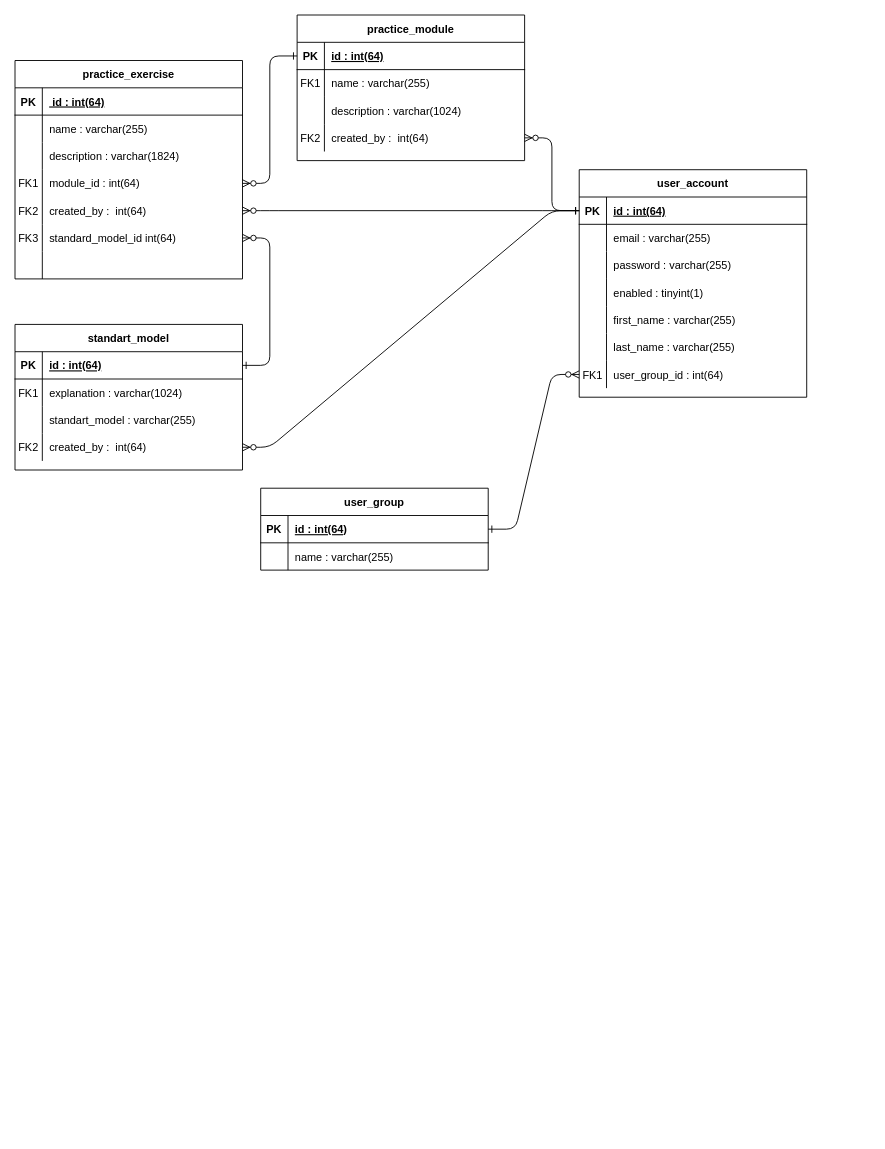
Above: appz.drawio in SashaKostynian/Diagrams (draw.io), before the change. Source tidied: cells renumbered, new cells numbered last; positions are measured from the earlier drawing's top-left corner, leaving out a move shared by most shapes. Both pictures are drawn from the tidied source at 91%, with x=0, y=0 at pixel (15, 15).
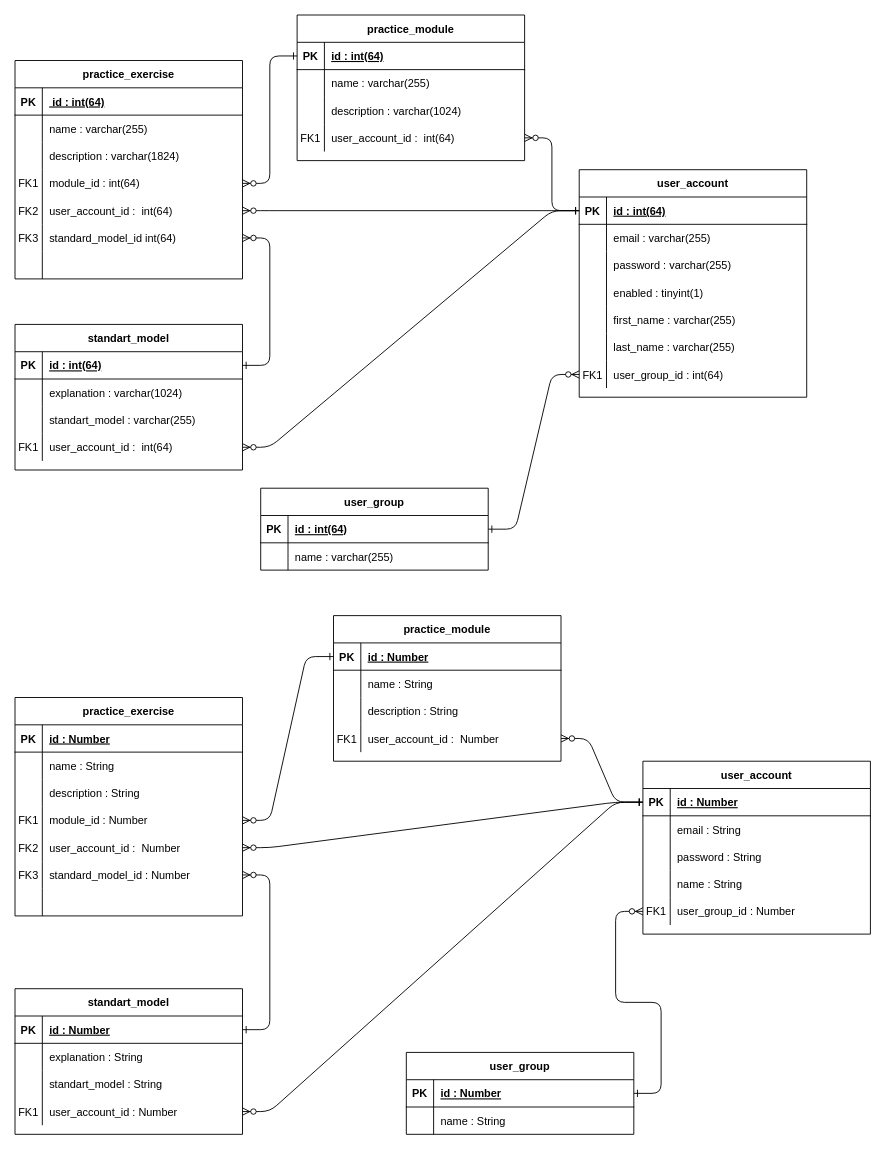
After the change.

Unchanged cells that the change refers to:
```xml
<mxCell id="7" style="shape=partialRectangle;fillColor=none;top=0;left=0;right=0;bottom=0;" parent="3" vertex="1">
  <mxGeometry y="60" width="250" height="30" as="geometry" />
</mxCell>
<mxCell id="13" style="shape=partialRectangle;fillColor=none;points=[[0,0.5],[1,0.5]];portConstraint=eastwest;top=0;left=0;right=0;bottom=0;" parent="3" vertex="1">
  <mxGeometry y="120" width="250" height="30" as="geometry" />
</mxCell>
<mxCell id="20" style="shape=partialRectangle;fillColor=none;top=0;left=0;right=0;bottom=0;" parent="16" vertex="1">
  <mxGeometry y="60" width="250" height="30" as="geometry" />
</mxCell>
<mxCell id="26" style="shape=partialRectangle;fillColor=none;points=[[0,0.5],[1,0.5]];portConstraint=eastwest;top=0;left=0;right=0;bottom=0;" parent="16" vertex="1">
  <mxGeometry y="120" width="250" height="30" as="geometry" />
</mxCell>
<mxCell id="42" style="shape=partialRectangle;fillColor=none;points=[[0,0.5],[1,0.5]];portConstraint=eastwest;top=0;left=0;right=0;bottom=0;" parent="29" vertex="1">
  <mxGeometry y="150" width="250" height="30" as="geometry" />
</mxCell>
```

What changed in the source:
```diff
@@
-    <mxCell id="8" value="FK1" style="shape=partialRectangle;overflow=hidden;fillColor=none;top=0;left=0;bottom=0;right=0;" parent="7" vertex="1">
+    <mxCell id="8" style="shape=partialRectangle;overflow=hidden;fillColor=none;top=0;left=0;bottom=0;right=0;" parent="7" vertex="1">
       <mxGeometry width="30" height="30" as="geometry" />
     </mxCell>
@@
-    <mxCell id="14" value="FK2" style="shape=partialRectangle;overflow=hidden;fillColor=none;top=0;left=0;bottom=0;right=0;" parent="13" vertex="1">
+    <mxCell id="14" value="FK1" style="shape=partialRectangle;overflow=hidden;fillColor=none;top=0;left=0;bottom=0;right=0;" parent="13" vertex="1">
       <mxGeometry width="30" height="30" as="geometry" />
     </mxCell>
-    <mxCell id="15" value="created_by :  int(64)" style="shape=partialRectangle;overflow=hidden;fillColor=none;top=0;left=0;bottom=0;right=0;align=left;spacingLeft=6;" parent="13" vertex="1">
+    <mxCell id="15" value="user_account_id :  int(64)" style="shape=partialRectangle;overflow=hidden;fillColor=none;top=0;left=0;bottom=0;right=0;align=left;spacingLeft=6;" parent="13" vertex="1">
       <mxGeometry x="30" width="220" height="30" as="geometry" />
     </mxCell>
@@
-    <mxCell id="21" value="FK1" style="shape=partialRectangle;overflow=hidden;fillColor=none;top=0;left=0;bottom=0;right=0;" parent="20" vertex="1">
+    <mxCell id="21" style="shape=partialRectangle;overflow=hidden;fillColor=none;top=0;left=0;bottom=0;right=0;" parent="20" vertex="1">
       <mxGeometry width="30" height="30" as="geometry" />
     </mxCell>
@@
-    <mxCell id="27" value="FK2" style="shape=partialRectangle;overflow=hidden;fillColor=none;top=0;left=0;bottom=0;right=0;" parent="26" vertex="1">
+    <mxCell id="27" value="FK1" style="shape=partialRectangle;overflow=hidden;fillColor=none;top=0;left=0;bottom=0;right=0;" parent="26" vertex="1">
       <mxGeometry width="30" height="30" as="geometry" />
     </mxCell>
-    <mxCell id="28" value="created_by :  int(64)" style="shape=partialRectangle;overflow=hidden;fillColor=none;top=0;left=0;bottom=0;right=0;align=left;spacingLeft=6;" parent="26" vertex="1">
+    <mxCell id="28" value="user_account_id :  int(64)" style="shape=partialRectangle;overflow=hidden;fillColor=none;top=0;left=0;bottom=0;right=0;align=left;spacingLeft=6;" parent="26" vertex="1">
       <mxGeometry x="30" width="220" height="30" as="geometry" />
     </mxCell>
@@
-    <mxCell id="44" value="created_by :  int(64)" style="shape=partialRectangle;overflow=hidden;fillColor=none;top=0;left=0;bottom=0;right=0;align=left;spacingLeft=6;" parent="42" vertex="1">
+    <mxCell id="44" value="user_account_id :  int(64)" style="shape=partialRectangle;overflow=hidden;fillColor=none;top=0;left=0;bottom=0;right=0;align=left;spacingLeft=6;" parent="42" vertex="1">
       <mxGeometry x="30" width="220" height="30" as="geometry" />
     </mxCell>
@@
+    <mxCell id="85" value="user_group" style="shape=table;startSize=30;childLayout=tableLayout;rowLines=0;fontStyle=1;align=center;" parent="1" vertex="1">
+      <mxGeometry x="430" y="1140" width="250" height="90" as="geometry" />
+    </mxCell>
+    <mxCell id="86" style="shape=partialRectangle;fillColor=none;points=[[0,0.5],[1,0.5]];portConstraint=eastwest;top=0;left=0;right=0;bottom=1;" parent="85" vertex="1">
+      <mxGeometry y="30" width="250" height="30" as="geometry" />
+    </mxCell>
+    <mxCell id="87" value="PK" style="shape=partialRectangle;overflow=hidden;fillColor=none;top=0;left=0;bottom=0;right=0;fontStyle=1;" parent="86" vertex="1">
+      <mxGeometry width="30" height="30" as="geometry" />
+    </mxCell>
+    <mxCell id="88" value="id : Number" style="shape=partialRectangle;overflow=hidden;fillColor=none;top=0;left=0;bottom=0;right=0;align=left;spacingLeft=6;fontStyle=5;" parent="86" vertex="1">
+      <mxGeometry x="30" width="220" height="30" as="geometry" />
+    </mxCell>
+    <mxCell id="89" style="shape=partialRectangle;fillColor=none;top=0;left=0;right=0;bottom=0;" parent="85" vertex="1">
+      <mxGeometry y="60" width="250" height="30" as="geometry" />
+    </mxCell>
+    <mxCell id="90" style="shape=partialRectangle;overflow=hidden;fillColor=none;top=0;left=0;bottom=0;right=0;" parent="89" vertex="1">
+      <mxGeometry width="30" height="30" as="geometry" />
+    </mxCell>
+    <mxCell id="91" value="name : String" style="shape=partialRectangle;overflow=hidden;fillColor=none;top=0;left=0;bottom=0;right=0;align=left;spacingLeft=6;" parent="89" vertex="1">
+      <mxGeometry x="30" width="220" height="30" as="geometry" />
+    </mxCell>
+    <mxCell id="92" value="standart_model" style="shape=table;startSize=30;childLayout=tableLayout;rowLines=0;fontStyle=1;align=center;" parent="1" vertex="1">
+      <mxGeometry y="1070" width="250" height="160" as="geometry" />
+    </mxCell>
+    <mxCell id="93" style="shape=partialRectangle;fillColor=none;points=[[0,0.5],[1,0.5]];portConstraint=eastwest;top=0;left=0;right=0;bottom=1;" parent="92" vertex="1">
+      <mxGeometry y="30" width="250" height="30" as="geometry" />
+    </mxCell>
+    <mxCell id="94" value="PK" style="shape=partialRectangle;overflow=hidden;fillColor=none;top=0;left=0;bottom=0;right=0;fontStyle=1;" parent="93" vertex="1">
+      <mxGeometry width="30" height="30" as="geometry" />
+    </mxCell>
+    <mxCell id="95" value="id : Number" style="shape=partialRectangle;overflow=hidden;fillColor=none;top=0;left=0;bottom=0;right=0;align=left;spacingLeft=6;fontStyle=5;" parent="93" vertex="1">
+      <mxGeometry x="30" width="220" height="30" as="geometry" />
+    </mxCell>
+    <mxCell id="96" style="shape=partialRectangle;fillColor=none;top=0;left=0;right=0;bottom=0;" parent="92" vertex="1">
+      <mxGeometry y="60" width="250" height="30" as="geometry" />
+    </mxCell>
+    <mxCell id="97" style="shape=partialRectangle;overflow=hidden;fillColor=none;top=0;left=0;bottom=0;right=0;" parent="96" vertex="1">
+      <mxGeometry width="30" height="30" as="geometry" />
+    </mxCell>
+    <mxCell id="98" value="explanation : String" style="shape=partialRectangle;overflow=hidden;fillColor=none;top=0;left=0;bottom=0;right=0;align=left;spacingLeft=6;" parent="96" vertex="1">
+      <mxGeometry x="30" width="220" height="30" as="geometry" />
+    </mxCell>
+    <mxCell id="99" style="shape=partialRectangle;fillColor=none;top=0;left=0;right=0;bottom=0;" parent="92" vertex="1">
+      <mxGeometry y="90" width="250" height="30" as="geometry" />
+    </mxCell>
+    <mxCell id="100" style="shape=partialRectangle;overflow=hidden;fillColor=none;top=0;left=0;bottom=0;right=0;" parent="99" vertex="1">
+      <mxGeometry width="30" height="30" as="geometry" />
+    </mxCell>
+    <mxCell id="101" value="standart_model : String" style="shape=partialRectangle;overflow=hidden;fillColor=none;top=0;left=0;bottom=0;right=0;align=left;spacingLeft=6;" parent="99" vertex="1">
+      <mxGeometry x="30" width="220" height="30" as="geometry" />
+    </mxCell>
+    <mxCell id="102" style="shape=partialRectangle;fillColor=none;points=[[0,0.5],[1,0.5]];portConstraint=eastwest;top=0;left=0;right=0;bottom=0;" parent="92" vertex="1">
+      <mxGeometry y="120" width="250" height="30" as="geometry" />
+    </mxCell>
+    <mxCell id="103" value="FK1" style="shape=partialRectangle;overflow=hidden;fillColor=none;top=0;left=0;bottom=0;right=0;" parent="102" vertex="1">
+      <mxGeometry width="30" height="30" as="geometry" />
+    </mxCell>
+    <mxCell id="104" value="user_account_id : Number" style="shape=partialRectangle;overflow=hidden;fillColor=none;top=0;left=0;bottom=0;right=0;align=left;spacingLeft=6;" parent="102" vertex="1">
+      <mxGeometry x="30" width="220" height="30" as="geometry" />
+    </mxCell>
+    <mxCell id="105" value="practice_exercise" style="shape=table;startSize=30;childLayout=tableLayout;rowLines=0;fontStyle=1;align=center;" parent="1" vertex="1">
+      <mxGeometry y="750" width="250" height="240" as="geometry" />
+    </mxCell>
+    <mxCell id="106" style="shape=partialRectangle;fillColor=none;top=0;left=0;right=0;bottom=1;" parent="105" vertex="1">
+      <mxGeometry y="30" width="250" height="30" as="geometry" />
+    </mxCell>
+    <mxCell id="107" value="PK" style="shape=partialRectangle;overflow=hidden;fillColor=none;top=0;left=0;bottom=0;right=0;fontStyle=1;" parent="106" vertex="1">
+      <mxGeometry width="30" height="30" as="geometry" />
+    </mxCell>
+    <mxCell id="108" value="id : Number" style="shape=partialRectangle;overflow=hidden;fillColor=none;top=0;left=0;bottom=0;right=0;align=left;spacingLeft=6;fontStyle=5;" parent="106" vertex="1">
+      <mxGeometry x="30" width="220" height="30" as="geometry" />
+    </mxCell>
+    <mxCell id="109" style="shape=partialRectangle;fillColor=none;top=0;left=0;right=0;bottom=0;" parent="105" vertex="1">
+      <mxGeometry y="60" width="250" height="30" as="geometry" />
+    </mxCell>
+    <mxCell id="110" style="shape=partialRectangle;overflow=hidden;fillColor=none;top=0;left=0;bottom=0;right=0;" parent="109" vertex="1">
+      <mxGeometry width="30" height="30" as="geometry" />
+    </mxCell>
+    <mxCell id="111" value="name : String" style="shape=partialRectangle;overflow=hidden;fillColor=none;top=0;left=0;bottom=0;right=0;align=left;spacingLeft=6;" parent="109" vertex="1">
+      <mxGeometry x="30" width="220" height="30" as="geometry" />
+    </mxCell>
+    <mxCell id="112" style="shape=partialRectangle;fillColor=none;top=0;left=0;right=0;bottom=0;" parent="105" vertex="1">
+      <mxGeometry y="90" width="250" height="30" as="geometry" />
+    </mxCell>
+    <mxCell id="113" style="shape=partialRectangle;overflow=hidden;fillColor=none;top=0;left=0;bottom=0;right=0;" parent="112" vertex="1">
+      <mxGeometry width="30" height="30" as="geometry" />
+    </mxCell>
+    <mxCell id="114" value="description : String" style="shape=partialRectangle;overflow=hidden;fillColor=none;top=0;left=0;bottom=0;right=0;align=left;spacingLeft=6;" parent="112" vertex="1">
+      <mxGeometry x="30" width="220" height="30" as="geometry" />
+    </mxCell>
+    <mxCell id="115" style="shape=partialRectangle;fillColor=none;points=[[0,0.5],[1,0.5]];portConstraint=eastwest;top=0;left=0;right=0;bottom=0;" parent="105" vertex="1">
+      <mxGeometry y="120" width="250" height="30" as="geometry" />
+    </mxCell>
+    <mxCell id="116" value="FK1" style="shape=partialRectangle;overflow=hidden;fillColor=none;top=0;left=0;bottom=0;right=0;" parent="115" vertex="1">
+      <mxGeometry width="30" height="30" as="geometry" />
+    </mxCell>
+    <mxCell id="117" value="module_id : Number" style="shape=partialRectangle;overflow=hidden;fillColor=none;top=0;left=0;bottom=0;right=0;align=left;spacingLeft=6;" parent="115" vertex="1">
+      <mxGeometry x="30" width="220" height="30" as="geometry" />
+    </mxCell>
+    <mxCell id="118" style="shape=partialRectangle;fillColor=none;points=[[0,0.5],[1,0.5]];portConstraint=eastwest;top=0;left=0;right=0;bottom=0;" parent="105" vertex="1">
+      <mxGeometry y="150" width="250" height="30" as="geometry" />
+    </mxCell>
+    <mxCell id="119" value="FK2" style="shape=partialRectangle;overflow=hidden;fillColor=none;top=0;left=0;bottom=0;right=0;" parent="118" vertex="1">
+      <mxGeometry width="30" height="30" as="geometry" />
+    </mxCell>
+    <mxCell id="120" value="user_account_id :  Number" style="shape=partialRectangle;overflow=hidden;fillColor=none;top=0;left=0;bottom=0;right=0;align=left;spacingLeft=6;" parent="118" vertex="1">
+      <mxGeometry x="30" width="220" height="30" as="geometry" />
+    </mxCell>
+    <mxCell id="121" style="shape=partialRectangle;fillColor=none;points=[[0,0.5],[1,0.5]];portConstraint=eastwest;top=0;left=0;right=0;bottom=0;" parent="105" vertex="1">
+      <mxGeometry y="180" width="250" height="30" as="geometry" />
+    </mxCell>
+    <mxCell id="122" value="FK3" style="shape=partialRectangle;overflow=hidden;fillColor=none;top=0;left=0;bottom=0;right=0;" parent="121" vertex="1">
+      <mxGeometry width="30" height="30" as="geometry" />
+    </mxCell>
+    <mxCell id="123" value="standard_model_id : Number" style="shape=partialRectangle;overflow=hidden;fillColor=none;top=0;left=0;bottom=0;right=0;align=left;spacingLeft=6;" parent="121" vertex="1">
+      <mxGeometry x="30" width="220" height="30" as="geometry" />
+    </mxCell>
+    <mxCell id="124" style="shape=partialRectangle;fillColor=none;top=0;left=0;right=0;bottom=0;" parent="105" vertex="1">
+      <mxGeometry y="210" width="250" height="30" as="geometry" />
+    </mxCell>
+    <mxCell id="125" style="shape=partialRectangle;overflow=hidden;fillColor=none;top=0;left=0;bottom=0;right=0;" parent="124" vertex="1">
+      <mxGeometry width="30" height="30" as="geometry" />
+    </mxCell>
+    <mxCell id="126" style="shape=partialRectangle;overflow=hidden;fillColor=none;top=0;left=0;bottom=0;right=0;align=left;spacingLeft=6;" parent="124" vertex="1">
+      <mxGeometry x="30" width="220" height="30" as="geometry" />
+    </mxCell>
+    <mxCell id="127" value="user_account" style="shape=table;startSize=30;childLayout=tableLayout;rowLines=0;fontStyle=1;align=center;" parent="1" vertex="1">
+      <mxGeometry x="690" y="820" width="250" height="190" as="geometry" />
+    </mxCell>
+    <mxCell id="128" style="shape=partialRectangle;fillColor=none;points=[[0,0.5],[1,0.5]];portConstraint=eastwest;top=0;left=0;right=0;bottom=1;" parent="127" vertex="1">
+      <mxGeometry y="30" width="250" height="30" as="geometry" />
+    </mxCell>
+    <mxCell id="129" value="PK" style="shape=partialRectangle;overflow=hidden;fillColor=none;top=0;left=0;bottom=0;right=0;fontStyle=1;" parent="128" vertex="1">
+      <mxGeometry width="30" height="30" as="geometry" />
+    </mxCell>
+    <mxCell id="130" value="id : Number" style="shape=partialRectangle;overflow=hidden;fillColor=none;top=0;left=0;bottom=0;right=0;align=left;spacingLeft=6;fontStyle=5;" parent="128" vertex="1">
+      <mxGeometry x="30" width="220" height="30" as="geometry" />
+    </mxCell>
+    <mxCell id="131" style="shape=partialRectangle;fillColor=none;top=0;left=0;right=0;bottom=0;" parent="127" vertex="1">
+      <mxGeometry y="60" width="250" height="30" as="geometry" />
+    </mxCell>
+    <mxCell id="132" style="shape=partialRectangle;overflow=hidden;fillColor=none;top=0;left=0;bottom=0;right=0;" parent="131" vertex="1">
+      <mxGeometry width="30" height="30" as="geometry" />
+    </mxCell>
+    <mxCell id="133" value="email : String" style="shape=partialRectangle;overflow=hidden;fillColor=none;top=0;left=0;bottom=0;right=0;align=left;spacingLeft=6;" parent="131" vertex="1">
+      <mxGeometry x="30" width="220" height="30" as="geometry" />
+    </mxCell>
+    <mxCell id="134" style="shape=partialRectangle;fillColor=none;top=0;left=0;right=0;bottom=0;" parent="127" vertex="1">
+      <mxGeometry y="90" width="250" height="30" as="geometry" />
+    </mxCell>
+    <mxCell id="135" style="shape=partialRectangle;overflow=hidden;fillColor=none;top=0;left=0;bottom=0;right=0;" parent="134" vertex="1">
+      <mxGeometry width="30" height="30" as="geometry" />
+    </mxCell>
+    <mxCell id="136" value="password : String" style="shape=partialRectangle;overflow=hidden;fillColor=none;top=0;left=0;bottom=0;right=0;align=left;spacingLeft=6;" parent="134" vertex="1">
+      <mxGeometry x="30" width="220" height="30" as="geometry" />
+    </mxCell>
+    <mxCell id="137" style="shape=partialRectangle;fillColor=none;top=0;left=0;right=0;bottom=0;" parent="127" vertex="1">
+      <mxGeometry y="120" width="250" height="30" as="geometry" />
+    </mxCell>
+    <mxCell id="138" style="shape=partialRectangle;overflow=hidden;fillColor=none;top=0;left=0;bottom=0;right=0;" parent="137" vertex="1">
+      <mxGeometry width="30" height="30" as="geometry" />
+    </mxCell>
+    <mxCell id="139" value="name : String" style="shape=partialRectangle;overflow=hidden;fillColor=none;top=0;left=0;bottom=0;right=0;align=left;spacingLeft=6;" parent="137" vertex="1">
+      <mxGeometry x="30" width="220" height="30" as="geometry" />
+    </mxCell>
+    <mxCell id="140" style="shape=partialRectangle;fillColor=none;points=[[0,0.5],[1,0.5]];portConstraint=eastwest;top=0;left=0;right=0;bottom=0;" parent="127" vertex="1">
+      <mxGeometry y="150" width="250" height="30" as="geometry" />
+    </mxCell>
+    <mxCell id="141" value="FK1" style="shape=partialRectangle;overflow=hidden;fillColor=none;top=0;left=0;bottom=0;right=0;" parent="140" vertex="1">
+      <mxGeometry width="30" height="30" as="geometry" />
+    </mxCell>
+    <mxCell id="142" value="user_group_id : Number" style="shape=partialRectangle;overflow=hidden;fillColor=none;top=0;left=0;bottom=0;right=0;align=left;spacingLeft=6;" parent="140" vertex="1">
+      <mxGeometry x="30" width="220" height="30" as="geometry" />
+    </mxCell>
+    <mxCell id="143" value="practice_module" style="shape=table;startSize=30;childLayout=tableLayout;rowLines=0;fontStyle=1;align=center;" parent="1" vertex="1">
+      <mxGeometry x="350" y="660" width="250" height="160" as="geometry" />
+    </mxCell>
+    <mxCell id="144" style="shape=partialRectangle;fillColor=none;points=[[0,0.5],[1,0.5]];portConstraint=eastwest;top=0;left=0;right=0;bottom=1;" parent="143" vertex="1">
+      <mxGeometry y="30" width="250" height="30" as="geometry" />
+    </mxCell>
+    <mxCell id="145" value="PK" style="shape=partialRectangle;overflow=hidden;fillColor=none;top=0;left=0;bottom=0;right=0;fontStyle=1;" parent="144" vertex="1">
+      <mxGeometry width="30" height="30" as="geometry" />
+    </mxCell>
+    <mxCell id="146" value="id : Number" style="shape=partialRectangle;overflow=hidden;fillColor=none;top=0;left=0;bottom=0;right=0;align=left;spacingLeft=6;fontStyle=5;" parent="144" vertex="1">
+      <mxGeometry x="30" width="220" height="30" as="geometry" />
+    </mxCell>
+    <mxCell id="147" style="shape=partialRectangle;fillColor=none;top=0;left=0;right=0;bottom=0;" parent="143" vertex="1">
+      <mxGeometry y="60" width="250" height="30" as="geometry" />
+    </mxCell>
+    <mxCell id="148" style="shape=partialRectangle;overflow=hidden;fillColor=none;top=0;left=0;bottom=0;right=0;" parent="147" vertex="1">
+      <mxGeometry width="30" height="30" as="geometry" />
+    </mxCell>
+    <mxCell id="149" value="name : String" style="shape=partialRectangle;overflow=hidden;fillColor=none;top=0;left=0;bottom=0;right=0;align=left;spacingLeft=6;" parent="147" vertex="1">
+      <mxGeometry x="30" width="220" height="30" as="geometry" />
+    </mxCell>
+    <mxCell id="150" style="shape=partialRectangle;fillColor=none;top=0;left=0;right=0;bottom=0;" parent="143" vertex="1">
+      <mxGeometry y="90" width="250" height="30" as="geometry" />
+    </mxCell>
+    <mxCell id="151" style="shape=partialRectangle;overflow=hidden;fillColor=none;top=0;left=0;bottom=0;right=0;" parent="150" vertex="1">
+      <mxGeometry width="30" height="30" as="geometry" />
+    </mxCell>
+    <mxCell id="152" value="description : String" style="shape=partialRectangle;overflow=hidden;fillColor=none;top=0;left=0;bottom=0;right=0;align=left;spacingLeft=6;" parent="150" vertex="1">
+      <mxGeometry x="30" width="220" height="30" as="geometry" />
+    </mxCell>
+    <mxCell id="153" style="shape=partialRectangle;fillColor=none;points=[[0,0.5],[1,0.5]];portConstraint=eastwest;top=0;left=0;right=0;bottom=0;" parent="143" vertex="1">
+      <mxGeometry y="120" width="250" height="30" as="geometry" />
+    </mxCell>
+    <mxCell id="154" value="FK1" style="shape=partialRectangle;overflow=hidden;fillColor=none;top=0;left=0;bottom=0;right=0;" parent="153" vertex="1">
+      <mxGeometry width="30" height="30" as="geometry" />
+    </mxCell>
+    <mxCell id="155" value="user_account_id :  Number" style="shape=partialRectangle;overflow=hidden;fillColor=none;top=0;left=0;bottom=0;right=0;align=left;spacingLeft=6;" parent="153" vertex="1">
+      <mxGeometry x="30" width="220" height="30" as="geometry" />
+    </mxCell>
+    <mxCell id="156" style="edgeStyle=entityRelationEdgeStyle;endArrow=ERzeroToMany;startArrow=ERone;endFill=1;startFill=0;exitX=0;exitY=0.5;exitDx=0;exitDy=0;" parent="1" edge="1" source="128" target="153">
+      <mxGeometry relative="1" as="geometry" />
+    </mxCell>
+    <mxCell id="157" style="edgeStyle=entityRelationEdgeStyle;endArrow=ERzeroToMany;startArrow=ERone;endFill=1;startFill=0;exitX=0;exitY=0.5;exitDx=0;exitDy=0;entryX=1;entryY=0.5;entryDx=0;entryDy=0;" parent="1" edge="1" source="128" target="102">
+      <mxGeometry relative="1" as="geometry" />
+    </mxCell>
+    <mxCell id="158" style="edgeStyle=entityRelationEdgeStyle;endArrow=ERzeroToMany;startArrow=ERone;endFill=1;startFill=0;exitX=0;exitY=0.5;exitDx=0;exitDy=0;entryX=1;entryY=0.5;entryDx=0;entryDy=0;" parent="1" edge="1" source="128" target="118">
+      <mxGeometry relative="1" as="geometry" />
+    </mxCell>
+    <mxCell id="159" style="edgeStyle=entityRelationEdgeStyle;endArrow=ERzeroToMany;startArrow=ERone;endFill=1;startFill=0;exitX=1;exitY=0.5;exitDx=0;exitDy=0;entryX=0;entryY=0.5;entryDx=0;entryDy=0;" parent="1" edge="1" source="86" target="140">
+      <mxGeometry relative="1" as="geometry" />
+    </mxCell>
+    <mxCell id="160" style="edgeStyle=entityRelationEdgeStyle;endArrow=ERzeroToMany;startArrow=ERone;endFill=1;startFill=0;entryX=1;entryY=0.5;entryDx=0;entryDy=0;exitX=0;exitY=0.5;exitDx=0;exitDy=0;" parent="1" edge="1" source="144" target="115">
+      <mxGeometry relative="1" as="geometry" />
+    </mxCell>
+    <mxCell id="161" style="edgeStyle=entityRelationEdgeStyle;endArrow=ERzeroToMany;startArrow=ERone;endFill=1;startFill=0;entryX=1;entryY=0.5;entryDx=0;entryDy=0;exitX=1;exitY=0.5;exitDx=0;exitDy=0;" parent="1" edge="1" source="93" target="121">
+      <mxGeometry relative="1" as="geometry" />
+    </mxCell>
```
